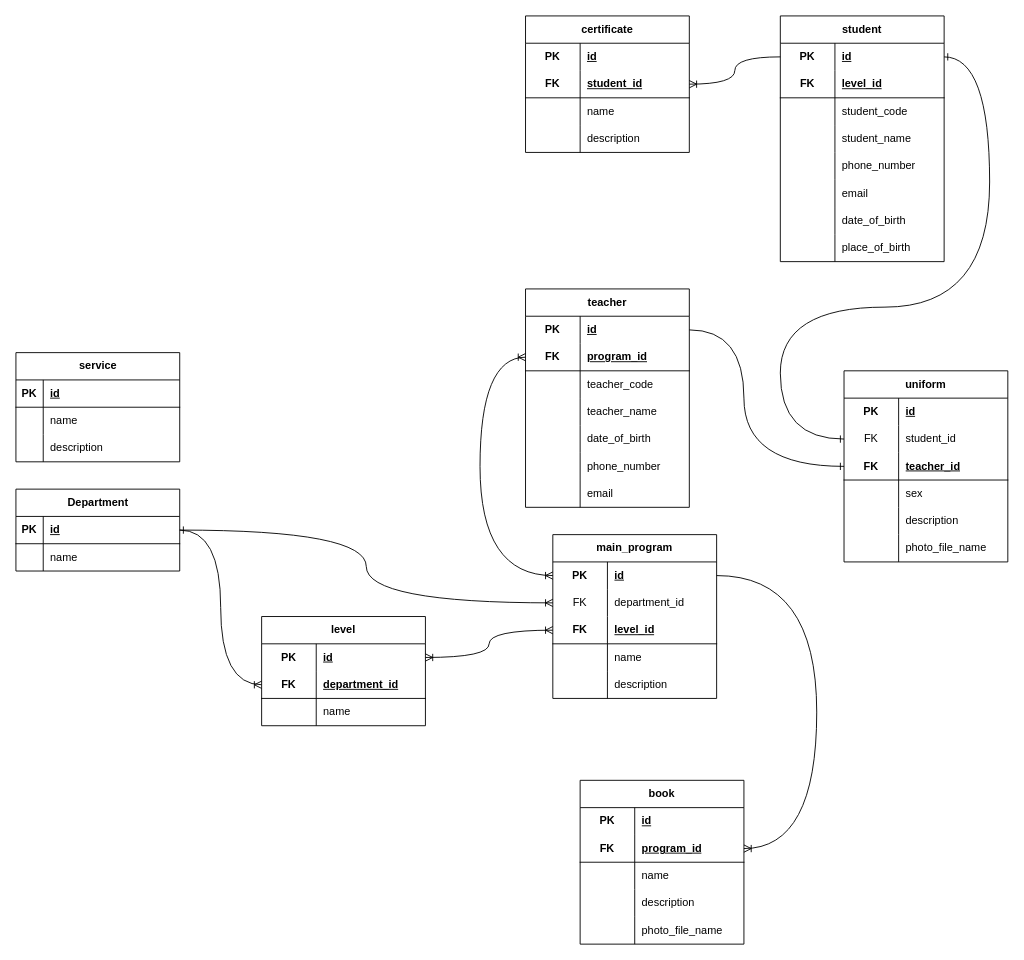
Earlier version of the draw.io diagram ERD/Entity Relational Database.drawio (ranygithup/SM-System). Source tidied: cells renumbered, new cells numbered last; positions are measured from the earlier drawing's top-left corner, leaving out a move shared by most shapes. Both pictures are drawn from the tidied source at 91%, with x=0, y=0 at pixel (15, 15).
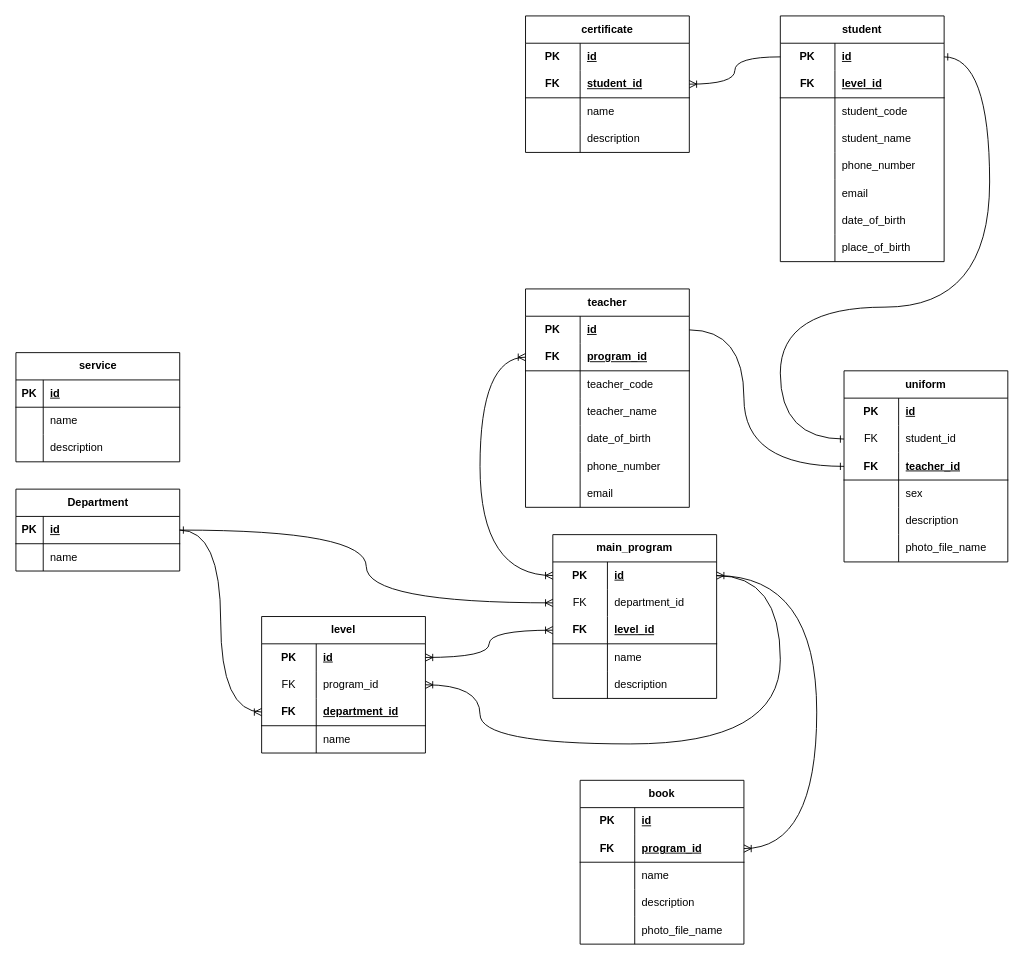
Above is the later version.

The change refers to these unchanged cells:
```xml
<mxCell id="20" style="shape=tableRow;horizontal=0;startSize=0;swimlaneHead=0;swimlaneBody=0;fillColor=none;points=[[0,0.5],[1,0.5]];portConstraint=eastwest;top=0;left=0;right=0;bottom=0;html=1;" parent="19" vertex="1">
  <mxGeometry y="30" width="180" height="30" as="geometry" />
</mxCell>
```

Change to the diagram source:
```diff
@@
     <mxCell id="9" value="level" style="shape=table;startSize=30;childLayout=tableLayout;rowLines=0;fontStyle=1;align=center;html=1;whiteSpace=wrap;" parent="1" vertex="1">
-      <mxGeometry x="270" y="660" width="180" height="120" as="geometry" />
+      <mxGeometry x="270" y="660" width="180" height="150" as="geometry" />
     </mxCell>
@@
+    <mxCell id="148" style="shape=tableRow;horizontal=0;startSize=0;swimlaneHead=0;swimlaneBody=0;fillColor=none;points=[[0,0.5],[1,0.5]];portConstraint=eastwest;top=0;left=0;right=0;bottom=0;" parent="9" vertex="1">
+      <mxGeometry y="60" width="180" height="30" as="geometry" />
+    </mxCell>
+    <mxCell id="149" value="FK" style="shape=partialRectangle;fillColor=none;top=0;left=0;bottom=0;right=0;fontStyle=0;overflow=hidden;whiteSpace=wrap;html=1;" parent="148" vertex="1">
+      <mxGeometry width="60" height="30" as="geometry" />
+    </mxCell>
+    <mxCell id="150" value="program_id" style="shape=partialRectangle;fillColor=none;top=0;left=0;bottom=0;right=0;align=left;spacingLeft=6;fontStyle=0;overflow=hidden;whiteSpace=wrap;html=1;" parent="148" vertex="1">
+      <mxGeometry x="60" width="120" height="30" as="geometry" />
+    </mxCell>
     <mxCell id="13" style="shape=tableRow;horizontal=0;startSize=0;swimlaneHead=0;swimlaneBody=0;fillColor=none;points=[[0,0.5],[1,0.5]];portConstraint=eastwest;top=0;left=0;right=0;bottom=1;html=1;" parent="9" vertex="1">
-      <mxGeometry y="60" width="180" height="30" as="geometry" />
+      <mxGeometry y="90" width="180" height="30" as="geometry" />
     </mxCell>
@@
     <mxCell id="16" style="shape=tableRow;horizontal=0;startSize=0;swimlaneHead=0;swimlaneBody=0;fillColor=none;top=0;left=0;right=0;bottom=0;html=1;" parent="9" vertex="1">
-      <mxGeometry y="90" width="180" height="30" as="geometry" />
+      <mxGeometry y="120" width="180" height="30" as="geometry" />
     </mxCell>
@@
+    <mxCell id="151" style="edgeStyle=orthogonalEdgeStyle;rounded=0;jettySize=auto;html=1;entryX=1;entryY=0.5;entryDx=0;entryDy=0;curved=1;endArrow=ERoneToMany;endFill=0;startArrow=ERoneToMany;startFill=0;" parent="1" edge="1" source="20" target="148">
+      <mxGeometry relative="1" as="geometry">
+        <Array as="points">
+          <mxPoint x="840" y="615" />
+          <mxPoint x="840" y="800" />
+          <mxPoint x="510" y="800" />
+          <mxPoint x="510" y="735" />
+        </Array>
+      </mxGeometry>
+    </mxCell>
```
